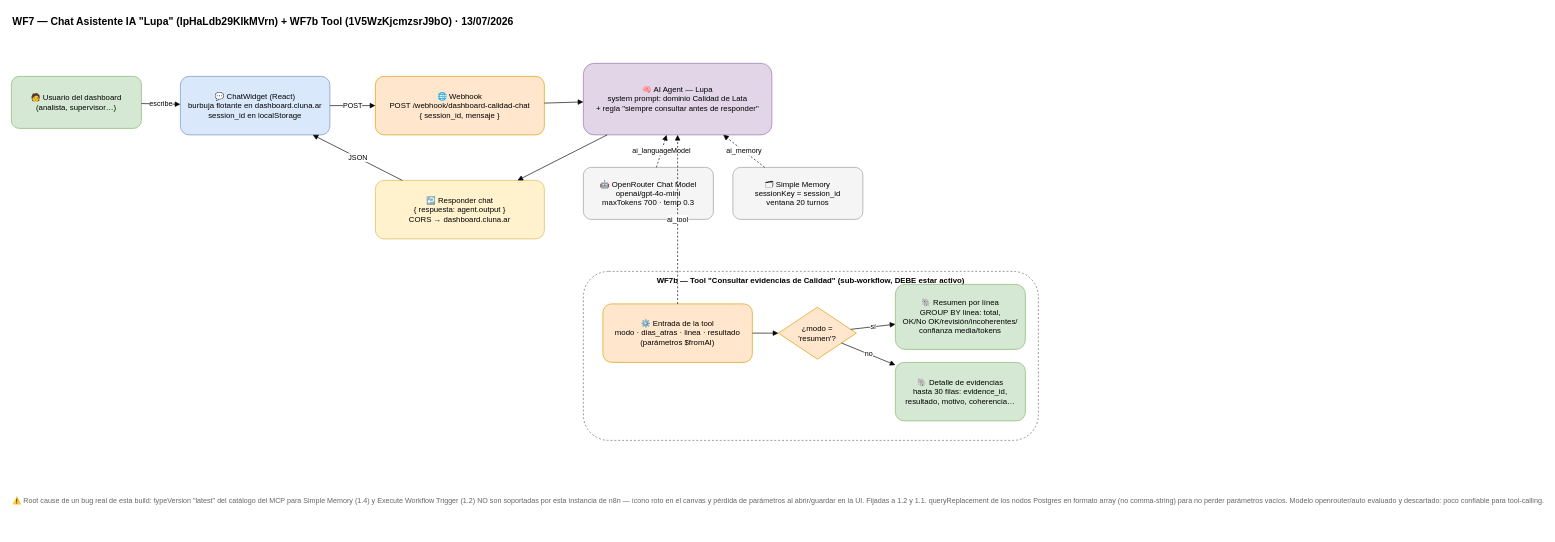
The draw.io diagram docs/diagramas/calidad-lata-wf7-chat-asistente.drawio in aiporvos/sudamericanabebidas, before the edit. Source tidied: cells renumbered, new cells numbered last; positions are measured from the earlier drawing's top-left corner, leaving out a move shared by most shapes. Both pictures are drawn from the tidied source at 65%, with x=0, y=0 at pixel (11, 11).
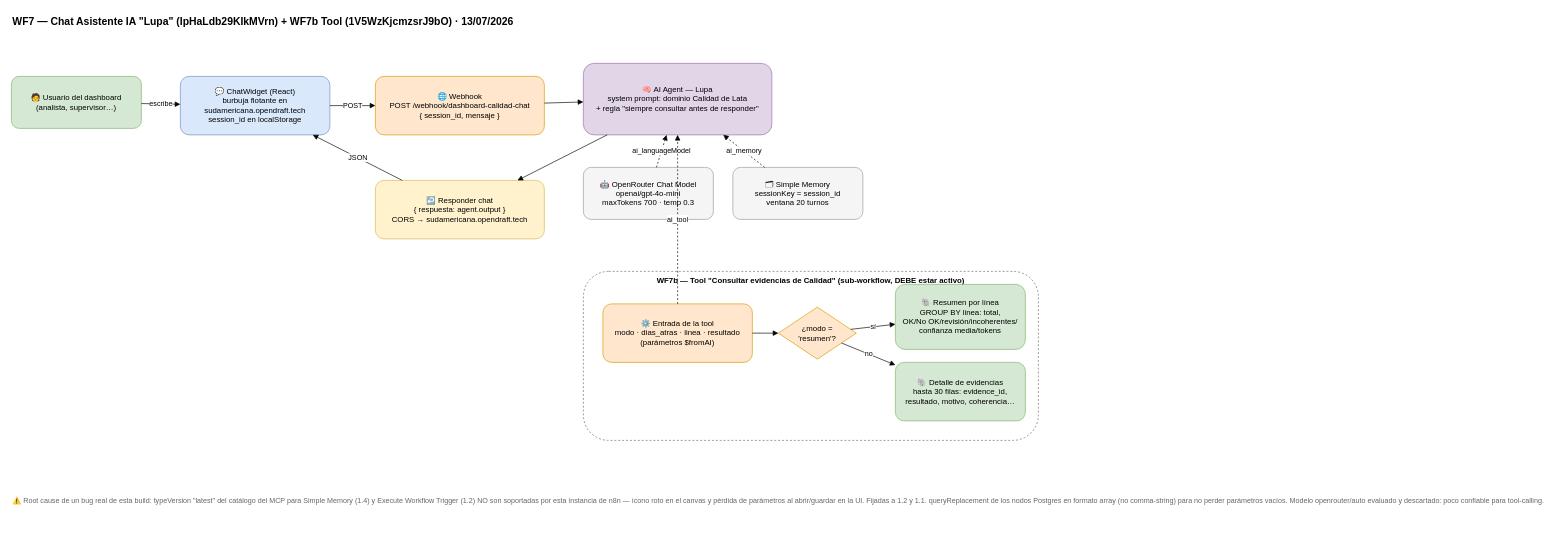
The same page after the edit.

The edit, as a diff of the source:
```diff
@@
-    <mxCell id="4" value="💬 ChatWidget (React)&#10;burbuja flotante en dashboard.cluna.ar&#10;session_id en localStorage" style="rounded=1;whiteSpace=wrap;html=1;fillColor=#dae8fc;strokeColor=#6c8ebf;" parent="1" vertex="1">
+    <mxCell id="4" value="💬 ChatWidget (React)&#10;burbuja flotante en sudamericana.opendraft.tech&#10;session_id en localStorage" style="rounded=1;whiteSpace=wrap;html=1;fillColor=#dae8fc;strokeColor=#6c8ebf;" parent="1" vertex="1">
       <mxGeometry x="260" y="100" width="230" height="90" as="geometry" />
     </mxCell>
@@
-    <mxCell id="14" value="↩️ Responder chat&#10;{ respuesta: agent.output }&#10;CORS → dashboard.cluna.ar" style="rounded=1;whiteSpace=wrap;html=1;fillColor=#fff2cc;strokeColor=#d6b656;" parent="1" vertex="1">
+    <mxCell id="14" value="↩️ Responder chat&#10;{ respuesta: agent.output }&#10;CORS → sudamericana.opendraft.tech" style="rounded=1;whiteSpace=wrap;html=1;fillColor=#fff2cc;strokeColor=#d6b656;" parent="1" vertex="1">
       <mxGeometry x="560" y="260" width="260" height="90" as="geometry" />
     </mxCell>
```
